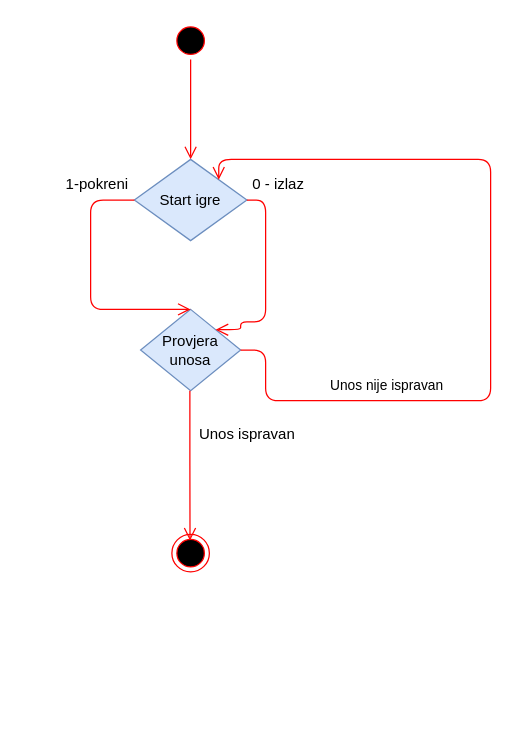
Above: page "Activity: Start igre" (3 of 6) of dijagram.drawio in andjelapehar/Covjece-ne-ljuti-se (draw.io), before the change. Source tidied: cells renumbered, new cells numbered last; positions are measured from the earlier drawing's top-left corner, leaving out a move shared by most shapes. Both pictures are drawn from the tidied source at 125%, with x=0, y=0 at pixel (52, 21).
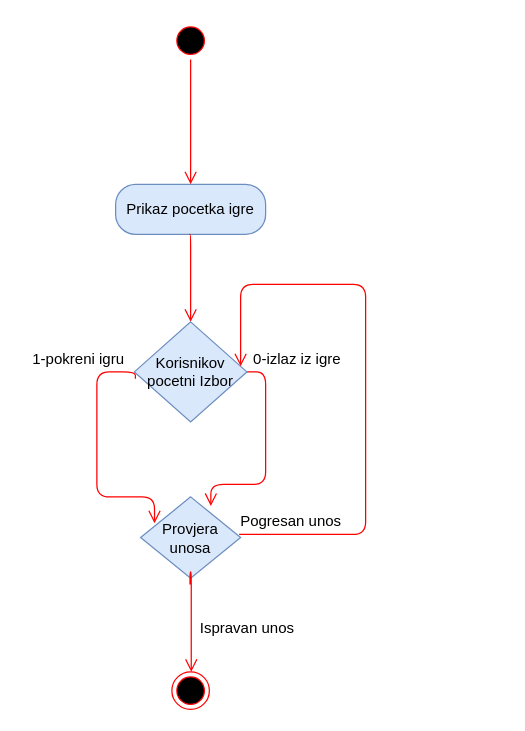
After the change.

Unchanged cells that the change refers to:
```xml
<mxCell id="3" style="ellipse;html=1;shape=startState;fillColor=#000000;strokeColor=#ff0000;" parent="1" vertex="1">
  <mxGeometry x="95" width="30" height="30" as="geometry" />
</mxCell>
```

What changed in the source:
```diff
@@
-    <mxCell id="4" style="edgeStyle=orthogonalEdgeStyle;html=1;verticalAlign=bottom;endArrow=open;endSize=8;strokeColor=#ff0000;entryX=0.5;entryY=0.5;entryDx=0;entryDy=0;entryPerimeter=0;" parent="1" edge="1" source="3">
-      <mxGeometry relative="1" as="geometry">
-        <mxPoint x="110" y="110" as="targetPoint" />
-      </mxGeometry>
+    <mxCell id="4" style="edgeStyle=orthogonalEdgeStyle;html=1;verticalAlign=bottom;endArrow=open;endSize=8;strokeColor=#ff0000;entryX=0.5;entryY=0;entryDx=0;entryDy=0;" parent="1" edge="1" source="3" target="15">
+      <mxGeometry relative="1" as="geometry" />
     </mxCell>
     <mxCell id="5" style="ellipse;html=1;shape=endState;fillColor=#000000;strokeColor=#ff0000;" parent="1" vertex="1">
-      <mxGeometry x="95" y="410" width="30" height="30" as="geometry" />
+      <mxGeometry x="95" y="520" width="30" height="30" as="geometry" />
     </mxCell>
     <mxCell id="6" value="Provjera unosa" style="rhombus;whiteSpace=wrap;html=1;fillColor=#dae8fc;strokeColor=#6c8ebf;" parent="1" vertex="1">
-      <mxGeometry x="70" y="230" width="80" height="65" as="geometry" />
+      <mxGeometry x="70" y="380" width="80" height="65" as="geometry" />
     </mxCell>
-    <mxCell id="7" style="edgeStyle=orthogonalEdgeStyle;html=1;verticalAlign=bottom;endArrow=open;endSize=8;strokeColor=#ff0000;" parent="1" edge="1">
+    <mxCell id="7" style="edgeStyle=orthogonalEdgeStyle;html=1;verticalAlign=bottom;endArrow=open;endSize=8;strokeColor=#ff0000;exitX=1;exitY=0.5;exitDx=0;exitDy=0;entryX=0.702;entryY=0.113;entryDx=0;entryDy=0;entryPerimeter=0;" parent="1" edge="1" source="17" target="6">
       <mxGeometry relative="1" as="geometry">
-        <mxPoint x="109.4" y="295" as="sourcePoint" />
-        <mxPoint x="109.5" y="415" as="targetPoint" />
         <Array as="points">
-          <mxPoint x="109.5" y="345" />
-          <mxPoint x="109.5" y="345" />
+          <mxPoint x="170" y="280" />
+          <mxPoint x="170" y="370" />
+          <mxPoint x="126" y="370" />
         </Array>
       </mxGeometry>
     </mxCell>
-    <mxCell id="8" value="Start igre" style="rhombus;whiteSpace=wrap;html=1;fillColor=#dae8fc;strokeColor=#6c8ebf;" parent="1" vertex="1">
-      <mxGeometry x="65" y="110" width="90" height="65" as="geometry" />
-    </mxCell>
-    <mxCell id="9" style="edgeStyle=orthogonalEdgeStyle;html=1;verticalAlign=bottom;endArrow=open;endSize=8;strokeColor=#ff0000;exitX=1;exitY=0.5;exitDx=0;exitDy=0;entryX=1;entryY=0;entryDx=0;entryDy=0;" parent="1" edge="1" source="8" target="6">
-      <mxGeometry relative="1" as="geometry">
-        <Array as="points">
-          <mxPoint x="170" y="143" />
-          <mxPoint x="170" y="240" />
-          <mxPoint x="150" y="240" />
-          <mxPoint x="150" y="246" />
-        </Array>
-      </mxGeometry>
-    </mxCell>
-    <mxCell id="10" style="edgeStyle=orthogonalEdgeStyle;html=1;verticalAlign=bottom;endArrow=open;endSize=8;strokeColor=#ff0000;exitX=0;exitY=0.5;exitDx=0;exitDy=0;" parent="1" edge="1" source="8" target="6">
-      <mxGeometry relative="1" as="geometry">
-        <Array as="points">
-          <mxPoint x="30" y="143" />
-          <mxPoint x="30" y="230" />
-        </Array>
-      </mxGeometry>
-    </mxCell>
-    <mxCell id="11" value="0 - izlaz" style="text;html=1;align=center;verticalAlign=middle;" parent="1" vertex="1">
-      <mxGeometry x="150" y="120" width="60" height="20" as="geometry" />
-    </mxCell>
-    <mxCell id="12" value="1-pokreni" style="text;html=1;align=center;verticalAlign=middle;" parent="1" vertex="1">
-      <mxGeometry y="120" width="70" height="20" as="geometry" />
-    </mxCell>
-    <mxCell id="13" value="Unos nije ispravan" style="edgeStyle=orthogonalEdgeStyle;html=1;align=left;verticalAlign=bottom;endArrow=open;endSize=8;strokeColor=#ff0000;exitX=1;exitY=0.5;exitDx=0;exitDy=0;entryX=1;entryY=0;entryDx=0;entryDy=0;" parent="1" edge="1" source="6" target="8">
-      <mxGeometry x="-0.67" y="3" relative="1" as="geometry">
-        <Array as="points">
-          <mxPoint x="170" y="263" />
-          <mxPoint x="170" y="303" />
-          <mxPoint x="350" y="303" />
-          <mxPoint x="350" y="110" />
-          <mxPoint x="132" y="110" />
-        </Array>
-      </mxGeometry>
-    </mxCell>
-    <mxCell id="14" value="Unos ispravan" style="text;html=1;align=center;verticalAlign=middle;" parent="1" vertex="1">
-      <mxGeometry x="110" y="320" width="90" height="20" as="geometry" />
-    </mxCell>
+    <mxCell id="15" value="Prikaz pocetka igre" style="rounded=1;whiteSpace=wrap;html=1;arcSize=40;fillColor=#dae8fc;strokeColor=#6c8ebf;" parent="1" vertex="1">
+      <mxGeometry x="50" y="130" width="120" height="40" as="geometry" />
+    </mxCell>
+    <mxCell id="16" style="edgeStyle=orthogonalEdgeStyle;html=1;verticalAlign=bottom;endArrow=open;endSize=8;strokeColor=#ff0000;entryX=0.5;entryY=0;entryDx=0;entryDy=0;" parent="1" edge="1">
+      <mxGeometry relative="1" as="geometry">
+        <mxPoint x="109" y="170" as="sourcePoint" />
+        <mxPoint x="110" y="240" as="targetPoint" />
+        <Array as="points">
+          <mxPoint x="110" y="170" />
+        </Array>
+      </mxGeometry>
+    </mxCell>
+    <mxCell id="17" value="Korisnikov pocetni Izbor" style="rhombus;whiteSpace=wrap;html=1;fillColor=#dae8fc;strokeColor=#6c8ebf;" parent="1" vertex="1">
+      <mxGeometry x="65" y="240" width="90" height="80" as="geometry" />
+    </mxCell>
+    <mxCell id="18" value="0-izlaz iz igre" style="text;html=1;align=center;verticalAlign=middle;" parent="1" vertex="1">
+      <mxGeometry x="150" y="260" width="90" height="20" as="geometry" />
+    </mxCell>
+    <mxCell id="19" value="1-pokreni igru" style="text;html=1;align=center;verticalAlign=middle;points=[];" parent="1" vertex="1">
+      <mxGeometry x="-25" y="260" width="90" height="20" as="geometry" />
+    </mxCell>
+    <mxCell id="20" style="edgeStyle=orthogonalEdgeStyle;html=1;verticalAlign=bottom;endArrow=open;endSize=8;strokeColor=#ff0000;exitX=1.009;exitY=1.277;exitDx=0;exitDy=0;exitPerimeter=0;entryX=0.139;entryY=0.326;entryDx=0;entryDy=0;entryPerimeter=0;" parent="1" edge="1" source="19" target="6">
+      <mxGeometry relative="1" as="geometry">
+        <Array as="points">
+          <mxPoint x="66" y="280" />
+          <mxPoint x="35" y="280" />
+          <mxPoint x="35" y="380" />
+          <mxPoint x="81" y="380" />
+        </Array>
+      </mxGeometry>
+    </mxCell>
+    <mxCell id="21" style="edgeStyle=orthogonalEdgeStyle;html=1;verticalAlign=bottom;endArrow=open;endSize=8;strokeColor=#ff0000;exitX=1;exitY=0.5;exitDx=0;exitDy=0;" parent="1" edge="1" target="17">
+      <mxGeometry relative="1" as="geometry">
+        <mxPoint x="148.8" y="410" as="sourcePoint" />
+        <Array as="points">
+          <mxPoint x="250" y="410" />
+          <mxPoint x="250" y="210" />
+          <mxPoint x="150" y="210" />
+        </Array>
+      </mxGeometry>
+    </mxCell>
+    <mxCell id="22" value="Pogresan unos" style="text;html=1;align=center;verticalAlign=middle;" parent="1" vertex="1">
+      <mxGeometry x="140" y="390" width="100" height="20" as="geometry" />
+    </mxCell>
+    <mxCell id="23" style="edgeStyle=orthogonalEdgeStyle;html=1;verticalAlign=bottom;endArrow=open;endSize=8;strokeColor=#ff0000;entryX=0.5;entryY=0;entryDx=0;entryDy=0;" parent="1" edge="1">
+      <mxGeometry relative="1" as="geometry">
+        <mxPoint x="109.5" y="450" as="sourcePoint" />
+        <mxPoint x="110.5" y="520" as="targetPoint" />
+        <Array as="points">
+          <mxPoint x="110" y="440" />
+          <mxPoint x="111" y="440" />
+        </Array>
+      </mxGeometry>
+    </mxCell>
+    <mxCell id="24" value="Ispravan unos" style="text;html=1;align=center;verticalAlign=middle;" parent="1" vertex="1">
+      <mxGeometry x="110" y="475" width="90" height="20" as="geometry" />
+    </mxCell>
```
